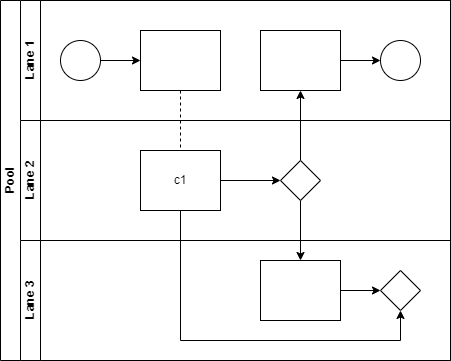
Before: 222.drawio.png, a diagram exported from draw.io (liodegwin/diagrams). Source tidied: cells renumbered, new cells last; positions are measured from the earlier drawing's top-left corner, leaving out a move shared by most shapes.
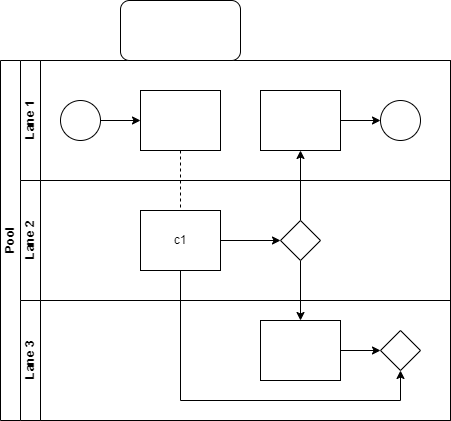
Above is the later version.

Change to the diagram source:
```diff
@@ -67,5 +67,8 @@
     <mxCell id="21" style="rhombus;whiteSpace=wrap;html=1;fontFamily=Helvetica;fontSize=12;fontColor=#000000;align=center;" parent="18" vertex="1">
       <mxGeometry x="360" y="30" width="40" height="40" as="geometry" />
     </mxCell>
+    <mxCell id="22" style="rounded=1;whiteSpace=wrap;html=1;" parent="1" vertex="1">
+      <mxGeometry x="120" y="-60" width="120" height="60" as="geometry" />
+    </mxCell>
   </root>
 </mxGraphModel>
```
